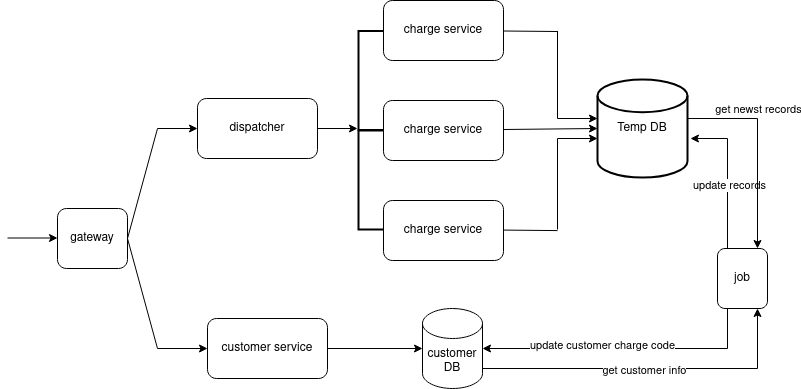
alirezapla/charge-demo keeps this draw.io diagram as reports/architecture.png. Above is the earlier version. Source tidied: cells renumbered, new cells last; positions are measured from the earlier drawing's top-left corner, leaving out a move shared by most shapes.
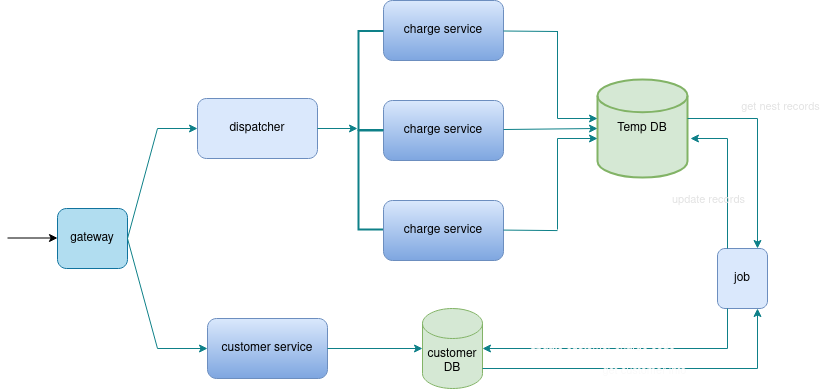
After the commit.

Change to the diagram source:
```diff
@@ -2,16 +2,16 @@
   <root>
     <mxCell id="0" />
     <mxCell id="1" parent="0" />
-    <mxCell id="2" value="dispatcher" style="rounded=1;whiteSpace=wrap;html=1;" parent="1" vertex="1">
+    <mxCell id="2" value="dispatcher" style="rounded=1;whiteSpace=wrap;html=1;labelBorderColor=none;labelBackgroundColor=none;fillColor=#dae8fc;strokeColor=#6c8ebf;" parent="1" vertex="1">
       <mxGeometry x="190" y="98" width="120" height="60" as="geometry" />
     </mxCell>
-    <mxCell id="3" style="endArrow=classic;html=1;rounded=0;" parent="1" edge="1">
+    <mxCell id="3" style="endArrow=classic;html=1;rounded=0;labelBorderColor=none;labelBackgroundColor=none;fillColor=#b0e3e6;strokeColor=#0e8088;" parent="1" edge="1">
       <mxGeometry relative="1" as="geometry">
         <mxPoint x="310" y="128" as="sourcePoint" />
         <mxPoint x="350" y="128" as="targetPoint" />
       </mxGeometry>
     </mxCell>
-    <mxCell id="4" value="charge service" style="rounded=1;whiteSpace=wrap;html=1;" parent="1" vertex="1">
+    <mxCell id="4" value="charge service" style="rounded=1;whiteSpace=wrap;html=1;labelBorderColor=none;labelBackgroundColor=none;fillColor=#dae8fc;strokeColor=#6c8ebf;gradientColor=#7ea6e0;" parent="1" vertex="1">
       <mxGeometry x="376" width="120" height="60" as="geometry" />
     </mxCell>
     <mxCell id="5" style="endArrow=classic;html=1;rounded=0;" parent="1" edge="1">
@@ -20,158 +20,160 @@
         <mxPoint x="50" y="237.5" as="targetPoint" />
       </mxGeometry>
     </mxCell>
-    <mxCell id="6" style="strokeWidth=2;html=1;shape=mxgraph.flowchart.annotation_1;align=left;" parent="1" vertex="1">
+    <mxCell id="6" style="strokeWidth=2;html=1;shape=mxgraph.flowchart.annotation_1;align=left;labelBorderColor=none;labelBackgroundColor=none;fillColor=#b0e3e6;strokeColor=#0e8088;" parent="1" vertex="1">
       <mxGeometry x="351" y="130" width="25" height="99" as="geometry" />
     </mxCell>
-    <mxCell id="7" value="charge service" style="rounded=1;whiteSpace=wrap;html=1;" parent="1" vertex="1">
+    <mxCell id="7" value="charge service" style="rounded=1;whiteSpace=wrap;html=1;labelBorderColor=none;labelBackgroundColor=none;fillColor=#dae8fc;strokeColor=#6c8ebf;gradientColor=#7ea6e0;" parent="1" vertex="1">
       <mxGeometry x="376" y="100" width="120" height="60" as="geometry" />
     </mxCell>
-    <mxCell id="8" value="charge service" style="rounded=1;whiteSpace=wrap;html=1;" parent="1" vertex="1">
+    <mxCell id="8" value="charge service" style="rounded=1;whiteSpace=wrap;html=1;labelBorderColor=none;labelBackgroundColor=none;fillColor=#dae8fc;strokeColor=#6c8ebf;gradientColor=#7ea6e0;" parent="1" vertex="1">
       <mxGeometry x="376" y="200" width="120" height="60" as="geometry" />
     </mxCell>
-    <mxCell id="9" value="gateway" style="rounded=1;whiteSpace=wrap;html=1;" parent="1" vertex="1">
+    <mxCell id="9" value="gateway" style="rounded=1;whiteSpace=wrap;html=1;labelBorderColor=none;labelBackgroundColor=none;fillColor=#b1ddf0;strokeColor=#10739e;" parent="1" vertex="1">
       <mxGeometry x="50" y="208" width="70" height="60" as="geometry" />
     </mxCell>
-    <mxCell id="10" style="endArrow=classic;html=1;rounded=0;entryX=0;entryY=0.5;entryDx=0;entryDy=0;" parent="1" edge="1" target="2">
+    <mxCell id="10" style="endArrow=classic;html=1;rounded=0;entryX=0;entryY=0.5;entryDx=0;entryDy=0;labelBorderColor=none;labelBackgroundColor=none;fillColor=#b0e3e6;strokeColor=#0e8088;" parent="1" edge="1" target="2">
       <mxGeometry relative="1" as="geometry">
         <mxPoint x="150" y="128" as="sourcePoint" />
       </mxGeometry>
     </mxCell>
-    <mxCell id="11" style="strokeWidth=2;html=1;shape=mxgraph.flowchart.annotation_1;align=left;" parent="1" vertex="1">
+    <mxCell id="11" style="strokeWidth=2;html=1;shape=mxgraph.flowchart.annotation_1;align=left;labelBorderColor=none;labelBackgroundColor=none;fillColor=#b0e3e6;strokeColor=#0e8088;" parent="1" vertex="1">
       <mxGeometry x="351" y="30.5" width="25" height="99" as="geometry" />
     </mxCell>
-    <mxCell id="12" value="&lt;div&gt;Temp DB&lt;/div&gt;" style="strokeWidth=2;html=1;shape=mxgraph.flowchart.database;whiteSpace=wrap;" parent="1" vertex="1">
+    <mxCell id="12" value="&lt;div&gt;Temp DB&lt;/div&gt;" style="strokeWidth=2;html=1;shape=mxgraph.flowchart.database;whiteSpace=wrap;labelBorderColor=none;labelBackgroundColor=none;fillColor=#d5e8d4;strokeColor=#82b366;" parent="1" vertex="1">
       <mxGeometry x="590" y="79" width="90" height="98" as="geometry" />
     </mxCell>
-    <mxCell id="13" style="endArrow=none;html=1;rounded=0;" parent="1" edge="1">
+    <mxCell id="13" style="endArrow=none;html=1;rounded=0;labelBorderColor=none;labelBackgroundColor=none;fillColor=#b0e3e6;strokeColor=#0e8088;" parent="1" edge="1">
       <mxGeometry relative="1" as="geometry">
         <mxPoint x="496" y="30.5" as="sourcePoint" />
         <mxPoint x="550" y="31" as="targetPoint" />
       </mxGeometry>
     </mxCell>
-    <mxCell id="14" style="endArrow=none;html=1;rounded=0;" parent="1" edge="1">
+    <mxCell id="14" style="endArrow=none;html=1;rounded=0;labelBorderColor=none;labelBackgroundColor=none;fillColor=#b0e3e6;strokeColor=#0e8088;" parent="1" edge="1">
       <mxGeometry relative="1" as="geometry">
         <mxPoint x="496" y="229.6" as="sourcePoint" />
         <mxPoint x="550" y="230.1" as="targetPoint" />
       </mxGeometry>
     </mxCell>
-    <mxCell id="15" style="endArrow=none;html=1;rounded=0;" parent="1" edge="1">
+    <mxCell id="15" style="endArrow=none;html=1;rounded=0;labelBorderColor=none;labelBackgroundColor=none;fillColor=#b0e3e6;strokeColor=#0e8088;" parent="1" edge="1">
       <mxGeometry relative="1" as="geometry">
         <mxPoint x="550" y="118" as="sourcePoint" />
         <mxPoint x="550" y="30.5" as="targetPoint" />
       </mxGeometry>
     </mxCell>
-    <mxCell id="16" style="endArrow=none;html=1;rounded=0;" parent="1" edge="1">
+    <mxCell id="16" style="endArrow=none;html=1;rounded=0;labelBorderColor=none;labelBackgroundColor=none;fillColor=#b0e3e6;strokeColor=#0e8088;" parent="1" edge="1">
       <mxGeometry relative="1" as="geometry">
         <mxPoint x="550" y="229" as="sourcePoint" />
         <mxPoint x="550" y="138" as="targetPoint" />
       </mxGeometry>
     </mxCell>
-    <mxCell id="17" style="endArrow=classic;html=1;rounded=0;entryX=0;entryY=0.5;entryDx=0;entryDy=0;entryPerimeter=0;" parent="1" edge="1" target="12">
+    <mxCell id="17" style="endArrow=classic;html=1;rounded=0;entryX=0;entryY=0.5;entryDx=0;entryDy=0;entryPerimeter=0;labelBorderColor=none;labelBackgroundColor=none;fillColor=#b0e3e6;strokeColor=#0e8088;" parent="1" edge="1" target="12">
       <mxGeometry relative="1" as="geometry">
         <mxPoint x="496" y="129" as="sourcePoint" />
       </mxGeometry>
     </mxCell>
-    <mxCell id="18" style="endArrow=classic;html=1;rounded=0;entryX=0;entryY=0.398;entryDx=0;entryDy=0;entryPerimeter=0;" parent="1" edge="1" target="12">
+    <mxCell id="18" style="endArrow=classic;html=1;rounded=0;entryX=0;entryY=0.398;entryDx=0;entryDy=0;entryPerimeter=0;labelBorderColor=none;labelBackgroundColor=none;fillColor=#b0e3e6;strokeColor=#0e8088;" parent="1" edge="1" target="12">
       <mxGeometry relative="1" as="geometry">
         <mxPoint x="550" y="118" as="sourcePoint" />
       </mxGeometry>
     </mxCell>
-    <mxCell id="19" style="endArrow=classic;html=1;rounded=0;entryX=0;entryY=0.602;entryDx=0;entryDy=0;entryPerimeter=0;" parent="1" edge="1" target="12">
+    <mxCell id="19" style="endArrow=classic;html=1;rounded=0;entryX=0;entryY=0.602;entryDx=0;entryDy=0;entryPerimeter=0;labelBorderColor=none;labelBackgroundColor=none;fillColor=#b0e3e6;strokeColor=#0e8088;" parent="1" edge="1" target="12">
       <mxGeometry relative="1" as="geometry">
         <mxPoint x="550" y="138" as="sourcePoint" />
       </mxGeometry>
     </mxCell>
-    <mxCell id="20" value="customer service" style="rounded=1;whiteSpace=wrap;html=1;" parent="1" vertex="1">
+    <mxCell id="20" value="customer service" style="rounded=1;whiteSpace=wrap;html=1;labelBorderColor=none;labelBackgroundColor=none;fillColor=#dae8fc;strokeColor=#6c8ebf;gradientColor=#7ea6e0;" parent="1" vertex="1">
       <mxGeometry x="200" y="318" width="120" height="60" as="geometry" />
     </mxCell>
-    <mxCell id="21" value="customer DB" style="shape=cylinder3;whiteSpace=wrap;html=1;boundedLbl=1;backgroundOutline=1;size=15;" parent="1" vertex="1">
+    <mxCell id="21" value="customer DB" style="shape=cylinder3;whiteSpace=wrap;html=1;boundedLbl=1;backgroundOutline=1;size=15;labelBorderColor=none;labelBackgroundColor=none;fillColor=#d5e8d4;strokeColor=#82b366;" parent="1" vertex="1">
       <mxGeometry x="415" y="308" width="60" height="80" as="geometry" />
     </mxCell>
-    <mxCell id="22" style="endArrow=classic;html=1;rounded=0;" parent="1" edge="1">
+    <mxCell id="22" style="endArrow=classic;html=1;rounded=0;labelBorderColor=none;labelBackgroundColor=none;fillColor=#b0e3e6;strokeColor=#0e8088;" parent="1" edge="1">
       <mxGeometry relative="1" as="geometry">
         <mxPoint x="150" y="348" as="sourcePoint" />
         <mxPoint x="200" y="348" as="targetPoint" />
       </mxGeometry>
     </mxCell>
-    <mxCell id="23" style="endArrow=none;html=1;rounded=0;" parent="1" edge="1">
+    <mxCell id="23" style="endArrow=none;html=1;rounded=0;labelBorderColor=none;labelBackgroundColor=none;fillColor=#b0e3e6;strokeColor=#0e8088;" parent="1" edge="1">
       <mxGeometry relative="1" as="geometry">
         <mxPoint x="120" y="238" as="sourcePoint" />
         <mxPoint x="150" y="128" as="targetPoint" />
       </mxGeometry>
     </mxCell>
-    <mxCell id="24" style="endArrow=none;html=1;rounded=0;entryX=1;entryY=0.5;entryDx=0;entryDy=0;" parent="1" edge="1" target="9">
+    <mxCell id="24" style="endArrow=none;html=1;rounded=0;entryX=1;entryY=0.5;entryDx=0;entryDy=0;labelBorderColor=none;labelBackgroundColor=none;fillColor=#b0e3e6;strokeColor=#0e8088;" parent="1" edge="1" target="9">
       <mxGeometry relative="1" as="geometry">
         <mxPoint x="150" y="348" as="sourcePoint" />
       </mxGeometry>
     </mxCell>
-    <mxCell id="25" style="endArrow=classic;html=1;rounded=0;entryX=0;entryY=0.5;entryDx=0;entryDy=0;entryPerimeter=0;" parent="1" edge="1" target="21">
+    <mxCell id="25" style="endArrow=classic;html=1;rounded=0;entryX=0;entryY=0.5;entryDx=0;entryDy=0;entryPerimeter=0;labelBorderColor=none;labelBackgroundColor=none;fillColor=#b0e3e6;strokeColor=#0e8088;" parent="1" edge="1" target="21">
       <mxGeometry relative="1" as="geometry">
         <mxPoint x="320" y="348" as="sourcePoint" />
       </mxGeometry>
     </mxCell>
-    <mxCell id="26" value="job" style="rounded=1;whiteSpace=wrap;html=1;" parent="1" vertex="1">
+    <mxCell id="26" value="job" style="rounded=1;whiteSpace=wrap;html=1;labelBorderColor=none;labelBackgroundColor=none;fillColor=#dae8fc;strokeColor=#6c8ebf;" parent="1" vertex="1">
       <mxGeometry x="710" y="248" width="50" height="60" as="geometry" />
     </mxCell>
-    <mxCell id="27" style="endArrow=none;html=1;rounded=0;" parent="1" edge="1">
+    <mxCell id="27" style="endArrow=none;html=1;rounded=0;labelBorderColor=none;labelBackgroundColor=none;fillColor=#b0e3e6;strokeColor=#0e8088;" parent="1" edge="1">
       <mxGeometry relative="1" as="geometry">
         <mxPoint x="720" y="248" as="sourcePoint" />
         <mxPoint x="720" y="138" as="targetPoint" />
       </mxGeometry>
     </mxCell>
-    <mxCell id="28" value="get newst records" style="edgeLabel;html=1;align=center;verticalAlign=middle;" parent="27" vertex="1">
-      <mxGeometry x="-0.09" relative="1" as="geometry">
-        <mxPoint x="30" y="-90" as="offset" />
-      </mxGeometry>
-    </mxCell>
-    <mxCell id="29" value="update records" style="edgeLabel;html=1;align=center;verticalAlign=middle;" parent="27" vertex="1">
-      <mxGeometry x="0.16" y="-1" relative="1" as="geometry" />
+    <mxCell id="29" value="update records" style="edgeLabel;html=1;align=center;verticalAlign=middle;labelBorderColor=none;labelBackgroundColor=none;fontColor=#E3E3E3;" parent="27" vertex="1">
+      <mxGeometry x="0.16" y="-1" relative="1" as="geometry">
+        <mxPoint x="-21" y="14" as="offset" />
+      </mxGeometry>
     </mxCell>
-    <mxCell id="30" style="endArrow=classic;html=1;rounded=0;entryX=1.033;entryY=0.602;entryDx=0;entryDy=0;entryPerimeter=0;" parent="1" edge="1" target="12">
+    <mxCell id="30" style="endArrow=classic;html=1;rounded=0;entryX=1.033;entryY=0.602;entryDx=0;entryDy=0;entryPerimeter=0;labelBorderColor=none;labelBackgroundColor=none;fillColor=#b0e3e6;strokeColor=#0e8088;" parent="1" edge="1" target="12">
       <mxGeometry relative="1" as="geometry">
         <mxPoint x="720" y="138" as="sourcePoint" />
       </mxGeometry>
     </mxCell>
-    <mxCell id="31" style="endArrow=classic;html=1;rounded=0;entryX=1;entryY=0.5;entryDx=0;entryDy=0;entryPerimeter=0;" parent="1" edge="1" target="21">
+    <mxCell id="31" style="endArrow=classic;html=1;rounded=0;entryX=1;entryY=0.5;entryDx=0;entryDy=0;entryPerimeter=0;labelBorderColor=none;labelBackgroundColor=none;fillColor=#b0e3e6;strokeColor=#0e8088;" parent="1" edge="1" target="21">
       <mxGeometry relative="1" as="geometry">
         <mxPoint x="720" y="348" as="sourcePoint" />
       </mxGeometry>
     </mxCell>
-    <mxCell id="32" value="update customer charge code" style="edgeLabel;html=1;align=center;verticalAlign=middle;" parent="31" vertex="1">
+    <mxCell id="32" value="update customer charge code" style="edgeLabel;html=1;align=center;verticalAlign=middle;labelBorderColor=none;labelBackgroundColor=none;fontColor=#FCFCFC;" parent="31" vertex="1">
       <mxGeometry x="0.03" y="-4" relative="1" as="geometry" />
     </mxCell>
-    <mxCell id="33" style="endArrow=none;html=1;rounded=0;" parent="1" edge="1">
+    <mxCell id="33" style="endArrow=none;html=1;rounded=0;labelBorderColor=none;labelBackgroundColor=none;fillColor=#b0e3e6;strokeColor=#0e8088;" parent="1" edge="1">
       <mxGeometry relative="1" as="geometry">
         <mxPoint x="680" y="118" as="sourcePoint" />
         <mxPoint x="750" y="118" as="targetPoint" />
       </mxGeometry>
     </mxCell>
-    <mxCell id="34" style="endArrow=classic;html=1;rounded=0;" parent="1" edge="1">
+    <mxCell id="34" style="endArrow=classic;html=1;rounded=0;labelBorderColor=none;labelBackgroundColor=none;fillColor=#b0e3e6;strokeColor=#0e8088;" parent="1" edge="1">
       <mxGeometry relative="1" as="geometry">
         <mxPoint x="750" y="118" as="sourcePoint" />
         <mxPoint x="750" y="248" as="targetPoint" />
       </mxGeometry>
     </mxCell>
-    <mxCell id="35" style="endArrow=none;html=1;rounded=0;" parent="1" edge="1">
+    <mxCell id="35" style="endArrow=none;html=1;rounded=0;labelBorderColor=none;labelBackgroundColor=none;fillColor=#b0e3e6;strokeColor=#0e8088;" parent="1" edge="1">
       <mxGeometry relative="1" as="geometry">
         <mxPoint x="720" y="348" as="sourcePoint" />
         <mxPoint x="720" y="308" as="targetPoint" />
       </mxGeometry>
     </mxCell>
-    <mxCell id="36" style="endArrow=classic;html=1;rounded=0;" parent="1" edge="1">
+    <mxCell id="36" style="endArrow=classic;html=1;rounded=0;labelBorderColor=none;labelBackgroundColor=none;fillColor=#b0e3e6;strokeColor=#0e8088;" parent="1" edge="1">
       <mxGeometry relative="1" as="geometry">
         <mxPoint x="750" y="368" as="sourcePoint" />
         <mxPoint x="750" y="308" as="targetPoint" />
       </mxGeometry>
     </mxCell>
-    <mxCell id="37" style="endArrow=none;html=1;rounded=0;" parent="1" edge="1">
+    <mxCell id="37" style="endArrow=none;html=1;rounded=0;labelBorderColor=none;labelBackgroundColor=none;fillColor=#b0e3e6;strokeColor=#0e8088;" parent="1" edge="1">
       <mxGeometry relative="1" as="geometry">
         <mxPoint x="750" y="368" as="sourcePoint" />
         <mxPoint x="475" y="368" as="targetPoint" />
       </mxGeometry>
     </mxCell>
-    <mxCell id="38" value="get customer info" style="edgeLabel;html=1;align=center;verticalAlign=middle;" parent="37" vertex="1">
+    <mxCell id="38" value="get customer info" style="edgeLabel;html=1;align=center;verticalAlign=middle;labelBorderColor=none;labelBackgroundColor=none;fontColor=#FAFAFA;" parent="37" vertex="1">
       <mxGeometry x="-0.17" y="1" relative="1" as="geometry" />
     </mxCell>
+    <mxCell id="39" value="&lt;div&gt;get nest records&lt;/div&gt;&lt;div&gt;&lt;br&gt;&lt;/div&gt;" style="edgeLabel;html=1;align=center;verticalAlign=middle;labelBorderColor=none;labelBackgroundColor=none;fontColor=#E3E3E3;" parent="1" vertex="1">
+      <mxGeometry x="760" y="108" as="geometry">
+        <mxPoint x="12" y="4" as="offset" />
+      </mxGeometry>
+    </mxCell>
   </root>
 </mxGraphModel>
```
